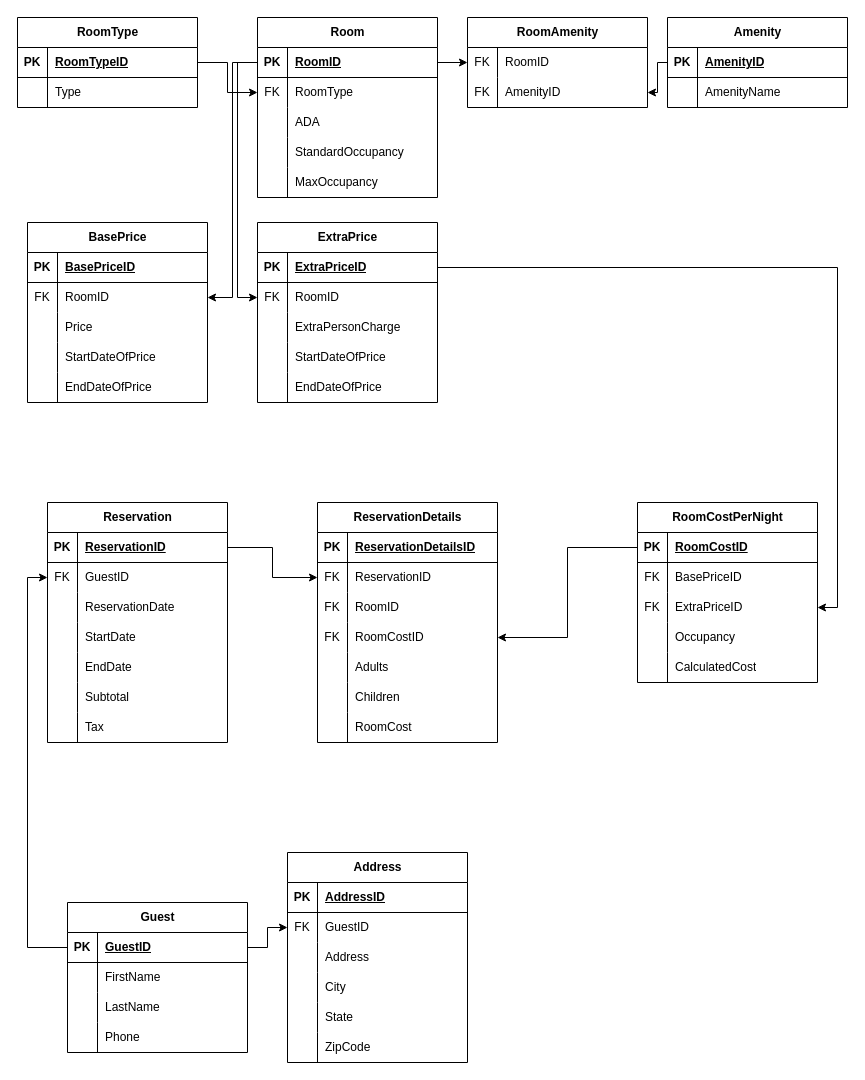
The draw.io diagram ERDs/ERD.drawio in GabyRom/Prod_Supp_SQL, before the edit. Source tidied: cells renumbered, new cells numbered last; positions are measured from the earlier drawing's top-left corner, leaving out a move shared by most shapes. Both pictures are drawn from the tidied source at 100%, with x=0, y=0 at pixel (17, 17).
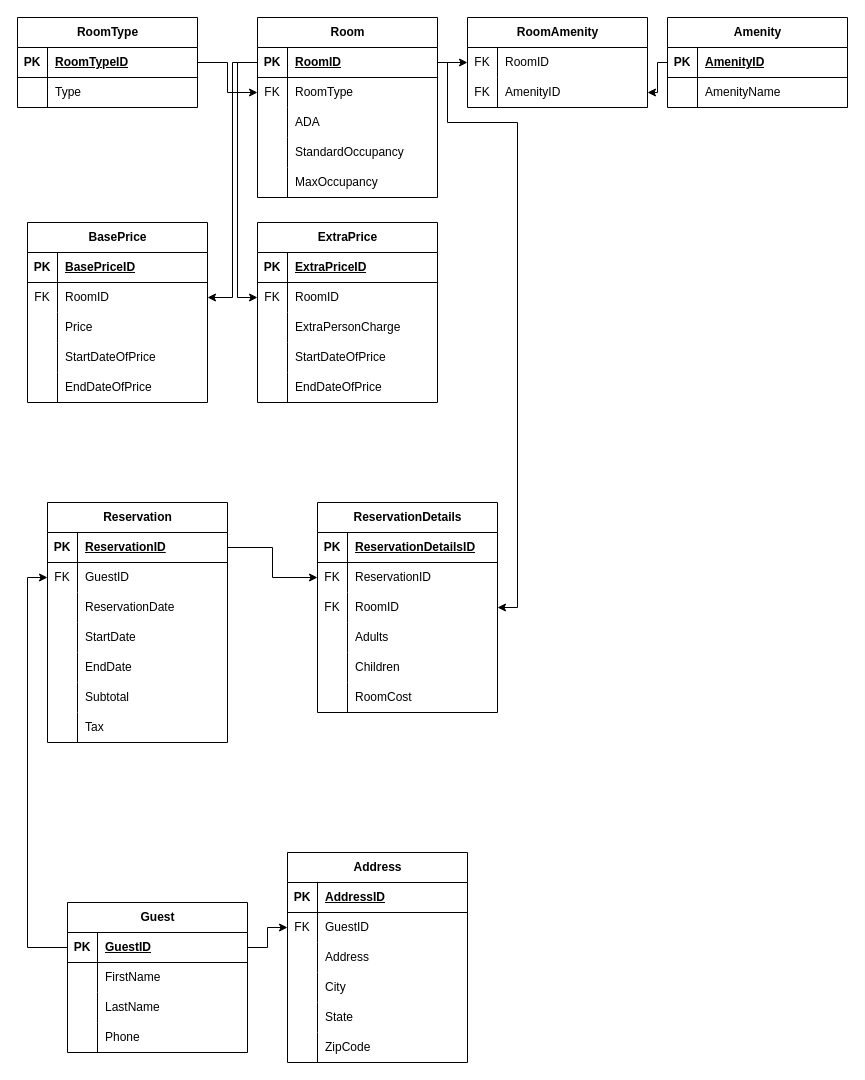
The same diagram, later.

The change refers to these unchanged cells:
```xml
<mxCell id="3" style="shape=tableRow;horizontal=0;startSize=0;swimlaneHead=0;swimlaneBody=0;fillColor=none;points=[[0,0.5],[1,0.5]];portConstraint=eastwest;top=0;left=0;right=0;bottom=1;" parent="2" vertex="1">
  <mxGeometry y="30" width="180" height="30" as="geometry" />
</mxCell>
<mxCell id="49" style="shape=tableRow;horizontal=0;startSize=0;swimlaneHead=0;swimlaneBody=0;fillColor=none;points=[[0,0.5],[1,0.5]];portConstraint=eastwest;top=0;left=0;right=0;bottom=1;" parent="48" vertex="1">
  <mxGeometry y="30" width="180" height="30" as="geometry" />
</mxCell>
<mxCell id="142" style="shape=tableRow;horizontal=0;startSize=0;swimlaneHead=0;swimlaneBody=0;fillColor=none;points=[[0,0.5],[1,0.5]];portConstraint=eastwest;top=0;left=0;right=0;bottom=0;" parent="135" vertex="1">
  <mxGeometry y="90" width="180" height="30" as="geometry" />
</mxCell>
```

Diff of the diagram source:
```diff
@@
-    <mxCell id="96" value="RoomCostPerNight" style="shape=table;startSize=30;childLayout=tableLayout;rowLines=0;fontStyle=1;align=center;html=1;" parent="1" vertex="1">
-      <mxGeometry x="620" y="485" width="180" height="180" as="geometry" />
-    </mxCell>
-    <mxCell id="97" style="shape=tableRow;horizontal=0;startSize=0;swimlaneHead=0;swimlaneBody=0;fillColor=none;points=[[0,0.5],[1,0.5]];portConstraint=eastwest;top=0;left=0;right=0;bottom=1;" parent="96" vertex="1">
-      <mxGeometry y="30" width="180" height="30" as="geometry" />
-    </mxCell>
-    <mxCell id="98" value="PK" style="shape=partialRectangle;fillColor=none;top=0;left=0;bottom=0;right=0;fontStyle=1;overflow=hidden;whiteSpace=wrap;html=1;" parent="97" vertex="1">
-      <mxGeometry width="30" height="30" as="geometry" />
-    </mxCell>
-    <mxCell id="99" value="RoomCostID" style="shape=partialRectangle;fillColor=none;top=0;left=0;bottom=0;right=0;align=left;spacingLeft=6;fontStyle=5;overflow=hidden;whiteSpace=wrap;html=1;" parent="97" vertex="1">
-      <mxGeometry x="30" width="150" height="30" as="geometry" />
-    </mxCell>
-    <mxCell id="100" style="shape=tableRow;horizontal=0;startSize=0;swimlaneHead=0;swimlaneBody=0;fillColor=none;top=0;left=0;right=0;bottom=0;" parent="96" vertex="1">
-      <mxGeometry y="60" width="180" height="30" as="geometry" />
-    </mxCell>
-    <mxCell id="101" value="FK" style="shape=partialRectangle;fillColor=none;top=0;left=0;bottom=0;right=0;overflow=hidden;whiteSpace=wrap;html=1;" parent="100" vertex="1">
-      <mxGeometry width="30" height="30" as="geometry" />
-    </mxCell>
-    <mxCell id="102" value="BasePriceID" style="shape=partialRectangle;fillColor=none;top=0;left=0;bottom=0;right=0;align=left;spacingLeft=6;overflow=hidden;whiteSpace=wrap;html=1;" parent="100" vertex="1">
-      <mxGeometry x="30" width="150" height="30" as="geometry" />
-    </mxCell>
-    <mxCell id="103" style="shape=tableRow;horizontal=0;startSize=0;swimlaneHead=0;swimlaneBody=0;fillColor=none;points=[[0,0.5],[1,0.5]];portConstraint=eastwest;top=0;left=0;right=0;bottom=0;" parent="96" vertex="1">
-      <mxGeometry y="90" width="180" height="30" as="geometry" />
-    </mxCell>
-    <mxCell id="104" value="FK" style="shape=partialRectangle;fillColor=none;top=0;left=0;bottom=0;right=0;overflow=hidden;whiteSpace=wrap;html=1;" parent="103" vertex="1">
-      <mxGeometry width="30" height="30" as="geometry" />
-    </mxCell>
-    <mxCell id="105" value="ExtraPriceID" style="shape=partialRectangle;fillColor=none;top=0;left=0;bottom=0;right=0;align=left;spacingLeft=6;overflow=hidden;whiteSpace=wrap;html=1;" parent="103" vertex="1">
-      <mxGeometry x="30" width="150" height="30" as="geometry" />
-    </mxCell>
-    <mxCell id="106" style="shape=tableRow;horizontal=0;startSize=0;swimlaneHead=0;swimlaneBody=0;fillColor=none;top=0;left=0;right=0;bottom=0;" parent="96" vertex="1">
-      <mxGeometry y="120" width="180" height="30" as="geometry" />
-    </mxCell>
-    <mxCell id="107" style="shape=partialRectangle;fillColor=none;top=0;left=0;bottom=0;right=0;overflow=hidden;whiteSpace=wrap;html=1;" parent="106" vertex="1">
-      <mxGeometry width="30" height="30" as="geometry" />
-    </mxCell>
-    <mxCell id="108" value="Occupancy" style="shape=partialRectangle;fillColor=none;top=0;left=0;bottom=0;right=0;align=left;spacingLeft=6;overflow=hidden;whiteSpace=wrap;html=1;" parent="106" vertex="1">
-      <mxGeometry x="30" width="150" height="30" as="geometry" />
-    </mxCell>
-    <mxCell id="109" style="shape=tableRow;horizontal=0;startSize=0;swimlaneHead=0;swimlaneBody=0;fillColor=none;top=0;left=0;right=0;bottom=0;" parent="96" vertex="1">
-      <mxGeometry y="150" width="180" height="30" as="geometry" />
-    </mxCell>
-    <mxCell id="110" style="shape=partialRectangle;fillColor=none;top=0;left=0;bottom=0;right=0;overflow=hidden;whiteSpace=wrap;html=1;" parent="109" vertex="1">
-      <mxGeometry width="30" height="30" as="geometry" />
-    </mxCell>
-    <mxCell id="111" value="CalculatedCost" style="shape=partialRectangle;fillColor=none;top=0;left=0;bottom=0;right=0;align=left;spacingLeft=6;overflow=hidden;whiteSpace=wrap;html=1;" parent="109" vertex="1">
-      <mxGeometry x="30" width="150" height="30" as="geometry" />
-    </mxCell>
@@
     <mxCell id="135" value="ReservationDetails" style="shape=table;startSize=30;childLayout=tableLayout;rowLines=0;fontStyle=1;align=center;html=1;" parent="1" vertex="1">
-      <mxGeometry x="300" y="485" width="180" height="240" as="geometry" />
+      <mxGeometry x="300" y="485" width="180" height="210" as="geometry" />
     </mxCell>
@@
-    <mxCell id="145" style="shape=tableRow;horizontal=0;startSize=0;swimlaneHead=0;swimlaneBody=0;fillColor=none;points=[[0,0.5],[1,0.5]];portConstraint=eastwest;top=0;left=0;right=0;bottom=0;" parent="135" vertex="1">
-      <mxGeometry y="120" width="180" height="30" as="geometry" />
-    </mxCell>
-    <mxCell id="146" value="FK" style="shape=partialRectangle;fillColor=none;top=0;left=0;bottom=0;right=0;overflow=hidden;whiteSpace=wrap;html=1;" parent="145" vertex="1">
-      <mxGeometry width="30" height="30" as="geometry" />
-    </mxCell>
-    <mxCell id="147" value="RoomCostID" style="shape=partialRectangle;fillColor=none;top=0;left=0;bottom=0;right=0;align=left;spacingLeft=6;overflow=hidden;whiteSpace=wrap;html=1;" parent="145" vertex="1">
-      <mxGeometry x="30" width="150" height="30" as="geometry" />
-    </mxCell>
     <mxCell id="148" style="shape=tableRow;horizontal=0;startSize=0;swimlaneHead=0;swimlaneBody=0;fillColor=none;top=0;left=0;right=0;bottom=0;" parent="135" vertex="1">
-      <mxGeometry y="150" width="180" height="30" as="geometry" />
+      <mxGeometry y="120" width="180" height="30" as="geometry" />
     </mxCell>
@@
     <mxCell id="151" style="shape=tableRow;horizontal=0;startSize=0;swimlaneHead=0;swimlaneBody=0;fillColor=none;top=0;left=0;right=0;bottom=0;" parent="135" vertex="1">
-      <mxGeometry y="180" width="180" height="30" as="geometry" />
+      <mxGeometry y="150" width="180" height="30" as="geometry" />
     </mxCell>
@@
     <mxCell id="154" style="shape=tableRow;horizontal=0;startSize=0;swimlaneHead=0;swimlaneBody=0;fillColor=none;top=0;left=0;right=0;bottom=0;" parent="135" vertex="1">
-      <mxGeometry y="210" width="180" height="30" as="geometry" />
+      <mxGeometry y="180" width="180" height="30" as="geometry" />
     </mxCell>
@@
-    <mxCell id="159" style="edgeStyle=orthogonalEdgeStyle;rounded=0;jettySize=auto;html=1;entryX=1;entryY=0.5;entryDx=0;entryDy=0;" parent="1" edge="1" source="97" target="145">
-      <mxGeometry relative="1" as="geometry" />
-    </mxCell>
-    <mxCell id="160" style="edgeStyle=orthogonalEdgeStyle;rounded=0;jettySize=auto;html=1;exitX=1;exitY=0.5;exitDx=0;exitDy=0;entryX=1;entryY=0.5;entryDx=0;entryDy=0;" parent="1" edge="1" source="49" target="103">
-      <mxGeometry relative="1" as="geometry" />
-    </mxCell>
@@
+    <mxCell id="173" style="edgeStyle=orthogonalEdgeStyle;rounded=0;jettySize=auto;html=1;exitX=1;exitY=0.5;exitDx=0;exitDy=0;entryX=1;entryY=0.5;entryDx=0;entryDy=0;" parent="1" edge="1" source="3" target="142">
+      <mxGeometry relative="1" as="geometry">
+        <Array as="points">
+          <mxPoint x="430" y="45" />
+          <mxPoint x="430" y="105" />
+          <mxPoint x="500" y="105" />
+          <mxPoint x="500" y="590" />
+        </Array>
+      </mxGeometry>
+    </mxCell>
```
